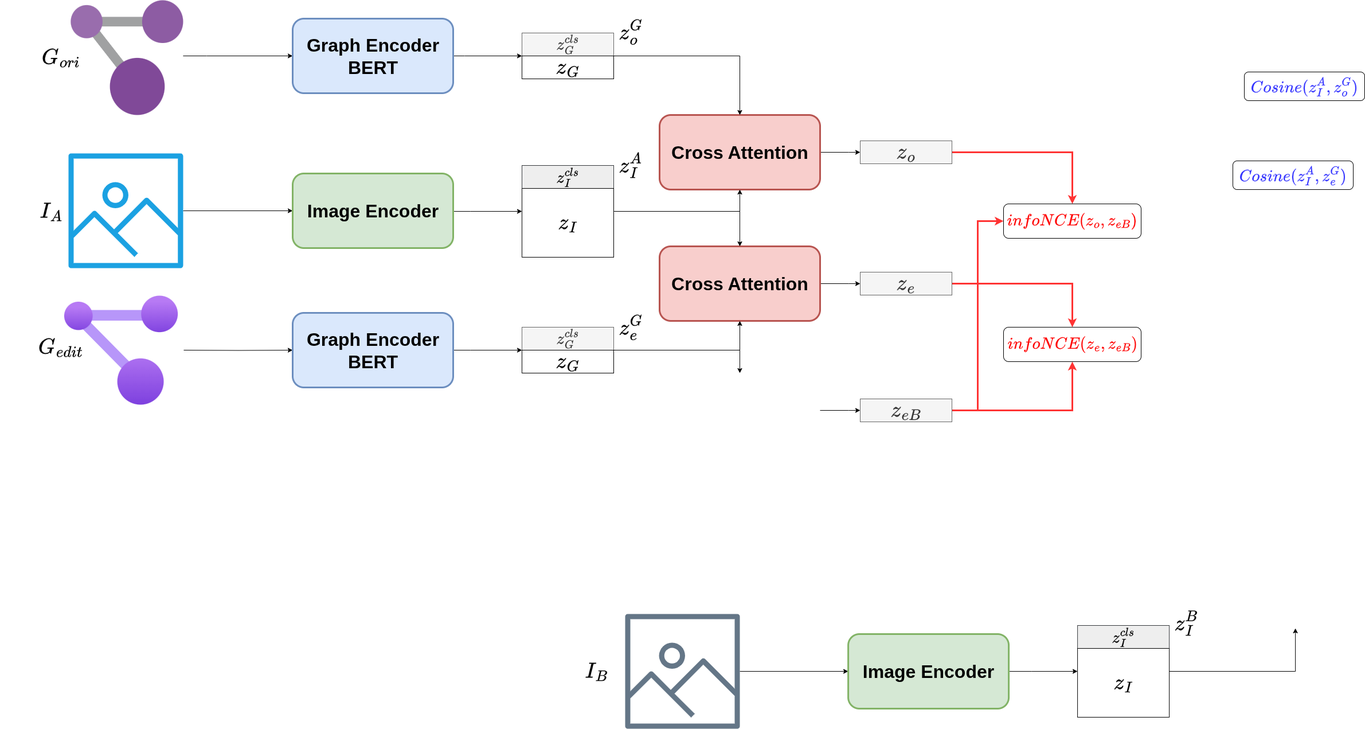
Earlier version of the draw.io export Images/CrossEncoder/Proposed_Framework_v2.png (PDD0911-HCMUS/SG-Retrieval). Source tidied: cells renumbered, new cells last; positions are measured from the earlier drawing's top-left corner, leaving out a move shared by most shapes.
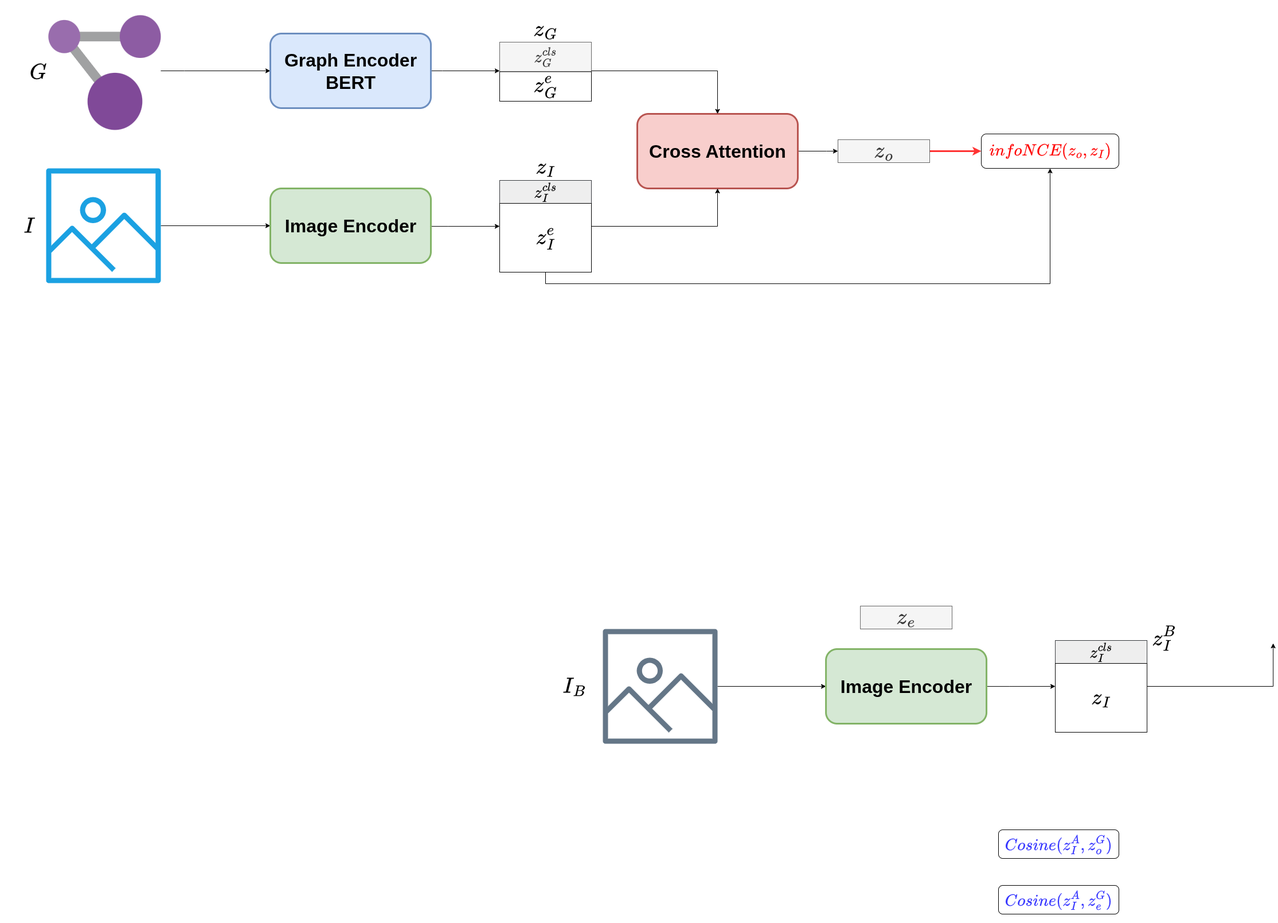
After the change.

What changed in the source:
```diff
@@ -25,22 +25,11 @@
     <mxCell id="7" style="image;sketch=0;html=1;points=[];align=center;fontSize=12;image=img/lib/mscae/Resource_Graph_Explorer.svg;" parent="1" vertex="1">
       <mxGeometry x="122.9" width="196" height="200" as="geometry" />
     </mxCell>
-    <mxCell id="8" style="edgeStyle=orthogonalEdgeStyle;rounded=0;jettySize=auto;html=1;entryX=0;entryY=0.5;entryDx=0;entryDy=0;" parent="1" edge="1" target="17">
-      <mxGeometry relative="1" as="geometry">
-        <mxPoint x="320" y="610" as="sourcePoint" />
-      </mxGeometry>
-    </mxCell>
-    <mxCell id="9" style="image;html=1;align=center;fontSize=12;image=img/lib/azure2/management_governance/Resource_Graph_Explorer.svg;" parent="1" vertex="1">
-      <mxGeometry x="111.1" y="515" width="198.9" height="190" as="geometry" />
-    </mxCell>
-    <mxCell id="10" value="&lt;span&gt;$$G_{edit}$$&lt;/span&gt;" style="text;html=1;align=center;verticalAlign=middle;strokeColor=none;fillColor=none;fontSize=32;" parent="1" vertex="1">
-      <mxGeometry y="580" width="210" height="50" as="geometry" />
-    </mxCell>
-    <mxCell id="11" value="&lt;span&gt;$$G_{ori}$$&lt;/span&gt;" style="text;html=1;align=center;verticalAlign=middle;strokeColor=none;fillColor=none;fontSize=32;" parent="1" vertex="1">
-      <mxGeometry x="10" y="75" width="190" height="50" as="geometry" />
+    <mxCell id="11" value="&lt;span&gt;$$G$$&lt;/span&gt;" style="text;html=1;align=center;verticalAlign=middle;strokeColor=none;fillColor=none;fontSize=32;" parent="1" vertex="1">
+      <mxGeometry x="45" y="75" width="120" height="50" as="geometry" />
     </mxCell>
-    <mxCell id="12" value="$$I_A$$" style="text;html=1;align=center;verticalAlign=middle;strokeColor=none;fillColor=none;fontSize=32;" parent="1" vertex="1">
-      <mxGeometry x="18.9" y="343" width="140" height="50" as="geometry" />
+    <mxCell id="12" value="$$I$$" style="text;html=1;align=center;verticalAlign=middle;strokeColor=none;fillColor=none;fontSize=32;" parent="1" vertex="1">
+      <mxGeometry x="38.9" y="343" width="100" height="50" as="geometry" />
     </mxCell>
     <mxCell id="13" value="$$I_B$$" style="text;html=1;align=center;verticalAlign=middle;strokeColor=none;fillColor=none;fontSize=32;" parent="1" vertex="1">
       <mxGeometry x="970" y="1145" width="140" height="50" as="geometry" />
@@ -57,62 +46,15 @@
     <mxCell id="15" value="Image Encoder" style="rounded=1;whiteSpace=wrap;html=1;fontSize=32;fontStyle=1;fillColor=#d5e8d4;strokeColor=#82b366;strokeWidth=3;" parent="1" vertex="1">
       <mxGeometry x="1479.1" y="1105" width="280" height="130" as="geometry" />
     </mxCell>
-    <mxCell id="16" style="edgeStyle=orthogonalEdgeStyle;rounded=0;jettySize=auto;html=1;entryX=0;entryY=0;entryDx=0;entryDy=0;" parent="1" edge="1" source="17">
-      <mxGeometry relative="1" as="geometry">
-        <mxPoint x="910" y="610" as="targetPoint" />
-        <Array as="points">
-          <mxPoint x="820" y="610" />
-          <mxPoint x="820" y="610" />
-        </Array>
-      </mxGeometry>
-    </mxCell>
-    <mxCell id="17" value="Graph Encoder&lt;div&gt;BERT&lt;/div&gt;" style="rounded=1;whiteSpace=wrap;html=1;fontSize=32;fontStyle=1;fillColor=#dae8fc;strokeColor=#6c8ebf;strokeWidth=3;" parent="1" vertex="1">
-      <mxGeometry x="510" y="545" width="280" height="130" as="geometry" />
-    </mxCell>
-    <mxCell id="18" style="edgeStyle=orthogonalEdgeStyle;rounded=0;orthogonalLoop=1;jettySize=auto;html=1;entryX=0;entryY=0;entryDx=0;entryDy=0;" parent="1" edge="1">
-      <mxGeometry relative="1" as="geometry">
-        <mxPoint x="1430" y="715" as="sourcePoint" />
-        <mxPoint x="1500" y="715" as="targetPoint" />
-        <Array as="points">
-          <mxPoint x="1480" y="715" />
-          <mxPoint x="1480" y="715" />
-        </Array>
-      </mxGeometry>
-    </mxCell>
-    <mxCell id="19" style="edgeStyle=orthogonalEdgeStyle;rounded=0;orthogonalLoop=1;jettySize=auto;html=1;entryX=0;entryY=0;entryDx=0;entryDy=0;" parent="1" edge="1">
-      <mxGeometry relative="1" as="geometry">
-        <mxPoint x="1430" y="494" as="sourcePoint" />
-        <mxPoint x="1500" y="494" as="targetPoint" />
-        <Array as="points">
-          <mxPoint x="1480" y="494" />
-          <mxPoint x="1480" y="494" />
-        </Array>
-      </mxGeometry>
-    </mxCell>
-    <mxCell id="20" value="Cross Attention" style="rounded=1;whiteSpace=wrap;html=1;fontSize=32;fontStyle=1;fillColor=#f8cecc;strokeColor=#b85450;strokeWidth=3;" parent="1" vertex="1">
-      <mxGeometry x="1150" y="429" width="280" height="130" as="geometry" />
-    </mxCell>
-    <mxCell id="21" style="edgeStyle=orthogonalEdgeStyle;rounded=0;jettySize=auto;html=1;entryX=0.5;entryY=0;entryDx=0;entryDy=0;strokeColor=#FF3333;strokeWidth=3;" parent="1" edge="1" source="22" target="49">
+    <mxCell id="21" style="edgeStyle=orthogonalEdgeStyle;rounded=0;jettySize=auto;html=1;entryX=0;entryY=0.5;entryDx=0;entryDy=0;strokeColor=#FF3333;strokeWidth=3;" parent="1" edge="1" source="22" target="49">
       <mxGeometry relative="1" as="geometry" />
     </mxCell>
     <mxCell id="22" value="$$z_o$$" style="rounded=0;whiteSpace=wrap;html=1;fillColor=#f5f5f5;fontColor=#333333;strokeColor=#666666;fontSize=32;fontStyle=1;" parent="1" vertex="1">
-      <mxGeometry x="1500" y="245" width="160" height="40" as="geometry" />
+      <mxGeometry x="1500" y="217" width="160" height="40" as="geometry" />
     </mxCell>
-    <mxCell id="23" style="edgeStyle=orthogonalEdgeStyle;rounded=0;jettySize=auto;html=1;entryX=0.5;entryY=0;entryDx=0;entryDy=0;strokeColor=#FF3333;strokeWidth=3;" parent="1" edge="1" source="24" target="48">
-      <mxGeometry relative="1" as="geometry" />
-    </mxCell>
     <mxCell id="24" value="$$z_e$$" style="rounded=0;whiteSpace=wrap;html=1;fillColor=#f5f5f5;fontColor=#333333;strokeColor=#666666;fontSize=32;fontStyle=1;" parent="1" vertex="1">
-      <mxGeometry x="1500" y="474" width="160" height="40" as="geometry" />
+      <mxGeometry x="1539.1" y="1030" width="160" height="40" as="geometry" />
     </mxCell>
-    <mxCell id="25" style="edgeStyle=orthogonalEdgeStyle;rounded=0;jettySize=auto;html=1;entryX=0;entryY=0.5;entryDx=0;entryDy=0;strokeColor=#FF3333;strokeWidth=3;" parent="1" edge="1" source="27" target="49">
-      <mxGeometry relative="1" as="geometry" />
-    </mxCell>
-    <mxCell id="26" style="edgeStyle=orthogonalEdgeStyle;rounded=0;jettySize=auto;html=1;strokeColor=#FF3333;strokeWidth=3;" parent="1" edge="1" source="27" target="48">
-      <mxGeometry relative="1" as="geometry" />
-    </mxCell>
-    <mxCell id="27" value="$$z_{eB}$$" style="rounded=0;whiteSpace=wrap;html=1;fillColor=#f5f5f5;fontColor=#333333;strokeColor=#666666;fontSize=32;fontStyle=1;" parent="1" vertex="1">
-      <mxGeometry x="1500" y="695" width="160" height="40" as="geometry" />
-    </mxCell>
     <mxCell id="28" style="group;fontSize=32;" parent="1" vertex="1">
       <mxGeometry x="1879.1" y="1090" width="160" height="160" as="geometry" />
     </mxCell>
@@ -122,15 +64,6 @@
     <mxCell id="30" value="$$z_I$$" style="rounded=0;whiteSpace=wrap;html=1;fontSize=32;" parent="28" vertex="1">
       <mxGeometry y="40" width="160" height="120" as="geometry" />
     </mxCell>
-    <mxCell id="31" style="endArrow=classic;html=1;rounded=0;entryX=0.5;entryY=0;entryDx=0;entryDy=0;" parent="1" edge="1">
-      <mxGeometry relative="1" as="geometry">
-        <mxPoint x="1070" y="610" as="sourcePoint" />
-        <mxPoint x="1290" y="650" as="targetPoint" />
-        <Array as="points">
-          <mxPoint x="1290" y="610" />
-        </Array>
-      </mxGeometry>
-    </mxCell>
     <mxCell id="32" style="endArrow=classic;html=1;rounded=0;entryX=0.5;entryY=1;entryDx=0;entryDy=0;" parent="1" edge="1">
       <mxGeometry relative="1" as="geometry">
         <mxPoint x="2039.1" y="1170" as="sourcePoint" />
@@ -165,24 +98,24 @@
     </mxCell>
     <mxCell id="37" style="edgeStyle=orthogonalEdgeStyle;rounded=0;jettySize=auto;html=1;entryX=0;entryY=0;entryDx=0;entryDy=0;" parent="1" edge="1" source="38">
       <mxGeometry relative="1" as="geometry">
-        <mxPoint x="1500" y="265" as="targetPoint" />
+        <mxPoint x="1500" y="237" as="targetPoint" />
         <Array as="points">
-          <mxPoint x="1480" y="265" />
-          <mxPoint x="1480" y="265" />
+          <mxPoint x="1480" y="237" />
+          <mxPoint x="1480" y="237" />
         </Array>
       </mxGeometry>
     </mxCell>
     <mxCell id="38" value="Cross Attention" style="rounded=1;whiteSpace=wrap;html=1;fontSize=32;fontStyle=1;fillColor=#f8cecc;strokeColor=#b85450;strokeWidth=3;" parent="1" vertex="1">
-      <mxGeometry x="1150" y="200" width="280" height="130" as="geometry" />
+      <mxGeometry x="1150" y="172" width="280" height="130" as="geometry" />
     </mxCell>
     <mxCell id="39" style="group;" parent="1" vertex="1">
-      <mxGeometry x="910" y="57" width="160" height="80" as="geometry" />
+      <mxGeometry x="910" y="47" width="160" height="103" as="geometry" />
     </mxCell>
     <mxCell id="40" value="$$z^{cls}_G$$" style="rounded=0;whiteSpace=wrap;html=1;fillColor=#f5f5f5;fontColor=#333333;strokeColor=#666666;fontSize=24;" parent="39" vertex="1">
-      <mxGeometry width="160" height="40" as="geometry" />
+      <mxGeometry width="160" height="51.5" as="geometry" />
     </mxCell>
-    <mxCell id="41" value="$$z_G$$" style="rounded=0;whiteSpace=wrap;html=1;fontSize=32;" parent="39" vertex="1">
-      <mxGeometry y="40" width="160" height="40" as="geometry" />
+    <mxCell id="41" value="$$z^{e}_{G}$$" style="rounded=0;whiteSpace=wrap;html=1;fontSize=32;" parent="39" vertex="1">
+      <mxGeometry y="51.5" width="160" height="51.5" as="geometry" />
     </mxCell>
     <mxCell id="42" style="endArrow=classic;html=1;rounded=0;entryX=0.5;entryY=0;entryDx=0;entryDy=0;exitX=1;exitY=0;exitDx=0;exitDy=0;" parent="1" edge="1" target="38">
       <mxGeometry relative="1" as="geometry">
@@ -200,60 +133,35 @@
         </Array>
       </mxGeometry>
     </mxCell>
-    <mxCell id="44" style="endArrow=classic;html=1;rounded=0;exitX=1;exitY=0;exitDx=0;exitDy=0;entryX=0.5;entryY=1;entryDx=0;entryDy=0;" parent="1" edge="1" target="20">
-      <mxGeometry relative="1" as="geometry">
-        <mxPoint x="1070" y="610" as="sourcePoint" />
-        <Array as="points">
-          <mxPoint x="1290" y="610" />
-        </Array>
-      </mxGeometry>
-    </mxCell>
-    <mxCell id="45" style="endArrow=classic;html=1;rounded=0;exitX=1;exitY=1;exitDx=0;exitDy=0;entryX=0.5;entryY=0;entryDx=0;entryDy=0;" parent="1" edge="1" target="20">
-      <mxGeometry relative="1" as="geometry">
-        <mxPoint x="1070" y="368" as="sourcePoint" />
-        <Array as="points">
-          <mxPoint x="1290" y="368" />
-        </Array>
-      </mxGeometry>
-    </mxCell>
     <mxCell id="46" value="&lt;span style=&quot;color: rgb(51, 51, 255); font-size: 24px; text-wrap-mode: nowrap;&quot;&gt;$$Cosine(z^{A}_{I},z^{G}_{o})$$&lt;/span&gt;" style="rounded=1;whiteSpace=wrap;html=1;" parent="1" vertex="1">
-      <mxGeometry x="2170" y="125" width="210" height="50" as="geometry" />
+      <mxGeometry x="1780" y="1420" width="210" height="50" as="geometry" />
     </mxCell>
-    <mxCell id="47" value="&lt;span style=&quot;font-size: 24px;&quot;&gt;$$z^{cls}_G$$&lt;/span&gt;" style="rounded=0;whiteSpace=wrap;html=1;fillColor=#f5f5f5;fontColor=#333333;strokeColor=#666666;" parent="1" vertex="1">
-      <mxGeometry x="910" y="570" width="160" height="40" as="geometry" />
-    </mxCell>
-    <mxCell id="48" value="&lt;span style=&quot;color: rgb(255, 0, 0); font-size: 24px; text-wrap-mode: nowrap;&quot;&gt;$$infoNCE(z_e,z_{eB})$$&lt;/span&gt;" style="rounded=1;whiteSpace=wrap;html=1;" parent="1" vertex="1">
-      <mxGeometry x="1750" y="570" width="240" height="60" as="geometry" />
-    </mxCell>
-    <mxCell id="49" value="&lt;span style=&quot;color: rgb(255, 0, 0); font-size: 24px; text-wrap-mode: nowrap;&quot;&gt;$$infoNCE(z_o,z_{eB})$$&lt;/span&gt;" style="rounded=1;whiteSpace=wrap;html=1;" parent="1" vertex="1">
-      <mxGeometry x="1750" y="355" width="240" height="60" as="geometry" />
+    <mxCell id="49" value="&lt;span style=&quot;color: rgb(255, 0, 0); font-size: 24px; text-wrap-mode: nowrap;&quot;&gt;$$infoNCE(z_o,z_{I})$$&lt;/span&gt;" style="rounded=1;whiteSpace=wrap;html=1;" parent="1" vertex="1">
+      <mxGeometry x="1750" y="207" width="240" height="60" as="geometry" />
     </mxCell>
-    <mxCell id="50" value="&lt;span style=&quot;text-wrap-mode: nowrap;&quot;&gt;&lt;font style=&quot;color: rgb(0, 0, 0);&quot;&gt;$$z^{A}_{I}$$&lt;/font&gt;&lt;/span&gt;" style="text;html=1;align=center;verticalAlign=middle;whiteSpace=wrap;rounded=0;fontSize=32;" parent="1" vertex="1">
-      <mxGeometry x="1070" y="272" width="60" height="30" as="geometry" />
+    <mxCell id="50" value="&lt;span style=&quot;text-wrap-mode: nowrap;&quot;&gt;&lt;font style=&quot;color: rgb(0, 0, 0);&quot;&gt;$$z_{I}$$&lt;/font&gt;&lt;/span&gt;" style="text;html=1;align=center;verticalAlign=middle;whiteSpace=wrap;rounded=0;fontSize=32;" parent="1" vertex="1">
+      <mxGeometry x="960" y="250" width="60" height="30" as="geometry" />
     </mxCell>
-    <mxCell id="51" value="&lt;span style=&quot;text-wrap-mode: nowrap;&quot;&gt;&lt;font style=&quot;color: rgb(0, 0, 0);&quot;&gt;$$z^{G}_{o}$$&lt;/font&gt;&lt;/span&gt;" style="text;html=1;align=center;verticalAlign=middle;whiteSpace=wrap;rounded=0;fontSize=32;" parent="1" vertex="1">
-      <mxGeometry x="1070" y="40" width="60" height="30" as="geometry" />
+    <mxCell id="51" value="&lt;span style=&quot;text-wrap-mode: nowrap;&quot;&gt;&lt;font style=&quot;color: rgb(0, 0, 0);&quot;&gt;$$z_{G}$$&lt;/font&gt;&lt;/span&gt;" style="text;html=1;align=center;verticalAlign=middle;whiteSpace=wrap;rounded=0;fontSize=32;" parent="1" vertex="1">
+      <mxGeometry x="960" y="10" width="60" height="30" as="geometry" />
     </mxCell>
-    <mxCell id="52" value="&lt;span style=&quot;text-wrap-mode: nowrap;&quot;&gt;&lt;font style=&quot;color: rgb(0, 0, 0);&quot;&gt;$$z^{G}_{e}$$&lt;/font&gt;&lt;/span&gt;" style="text;html=1;align=center;verticalAlign=middle;whiteSpace=wrap;rounded=0;fontSize=32;" parent="1" vertex="1">
-      <mxGeometry x="1070" y="555" width="60" height="30" as="geometry" />
-    </mxCell>
     <mxCell id="53" value="&lt;span style=&quot;text-wrap-mode: nowrap;&quot;&gt;&lt;font style=&quot;color: rgb(0, 0, 0);&quot;&gt;$$z^{B}_{I}$$&lt;/font&gt;&lt;/span&gt;" style="text;html=1;align=center;verticalAlign=middle;whiteSpace=wrap;rounded=0;fontSize=32;" parent="1" vertex="1">
       <mxGeometry x="2039.1" y="1070" width="60" height="30" as="geometry" />
     </mxCell>
-    <mxCell id="54" value="$$z_G$$" style="rounded=0;whiteSpace=wrap;html=1;fontSize=32;" parent="1" vertex="1">
-      <mxGeometry x="910" y="610" width="160" height="40" as="geometry" />
-    </mxCell>
     <mxCell id="55" style="group;" parent="1" vertex="1">
       <mxGeometry x="910" y="288" width="160" height="160" as="geometry" />
     </mxCell>
     <mxCell id="56" value="&lt;span style=&quot;font-size: 24px;&quot;&gt;$$z^{cls}_I$$&lt;/span&gt;" style="rounded=0;whiteSpace=wrap;html=1;fillColor=#eeeeee;strokeColor=#36393d;" parent="55" vertex="1">
       <mxGeometry width="160" height="40" as="geometry" />
     </mxCell>
-    <mxCell id="57" value="&lt;span style=&quot;font-size: 32px;&quot;&gt;$$z_I$$&lt;/span&gt;" style="rounded=0;whiteSpace=wrap;html=1;" parent="55" vertex="1">
+    <mxCell id="57" value="&lt;span style=&quot;font-size: 32px;&quot;&gt;$$z^{e}_{I}$$&lt;/span&gt;" style="rounded=0;whiteSpace=wrap;html=1;" parent="55" vertex="1">
       <mxGeometry y="40" width="160" height="120" as="geometry" />
     </mxCell>
     <mxCell id="58" value="&lt;span style=&quot;color: rgb(51, 51, 255); font-size: 24px; text-wrap-mode: nowrap;&quot;&gt;$$Cosine(z^{A}_{I},z^{G}_{e})$$&lt;/span&gt;" style="rounded=1;whiteSpace=wrap;html=1;" parent="1" vertex="1">
-      <mxGeometry x="2150" y="280" width="210" height="50" as="geometry" />
+      <mxGeometry x="1780" y="1517" width="210" height="50" as="geometry" />
     </mxCell>
+    <mxCell id="59" style="edgeStyle=orthogonalEdgeStyle;rounded=0;jettySize=auto;html=1;entryX=0.5;entryY=1;entryDx=0;entryDy=0;exitX=0.5;exitY=1;exitDx=0;exitDy=0;" parent="1" edge="1" source="57" target="49">
+      <mxGeometry relative="1" as="geometry" />
+    </mxCell>
   </root>
 </mxGraphModel>
```
